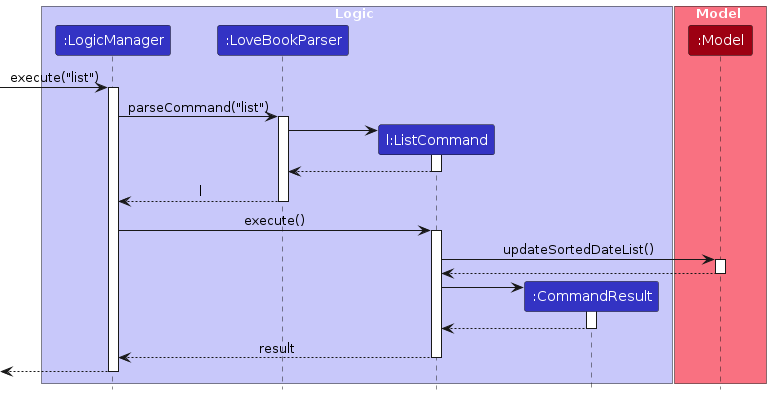
Earlier version of the PlantUML export diagrams/ListSequenceDiagram.png (AY2324S1-CS2103T-F10-2/tp). Its source is kept beside it as diagrams/ListSequenceDiagram.puml.
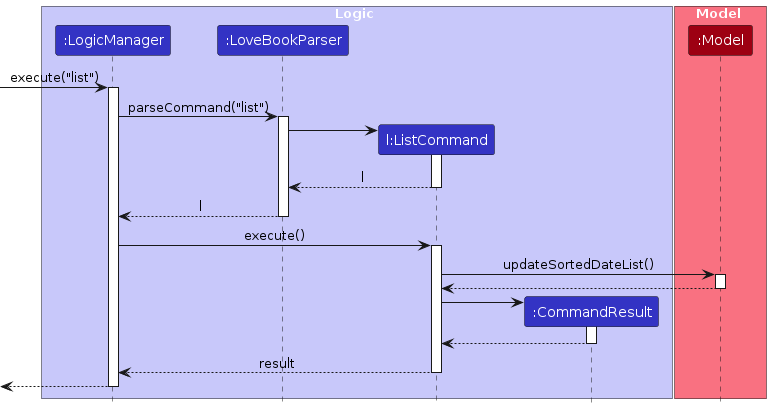
After the change.

Diff of the diagram source:
```diff
@@ -23,7 +23,7 @@
 LoveBookParser -> ListCommand
 activate ListCommand
 
-ListCommand --> LoveBookParser
+ListCommand --> LoveBookParser : l
 deactivate ListCommand
 
 LoveBookParser --> LogicManager : l
```
